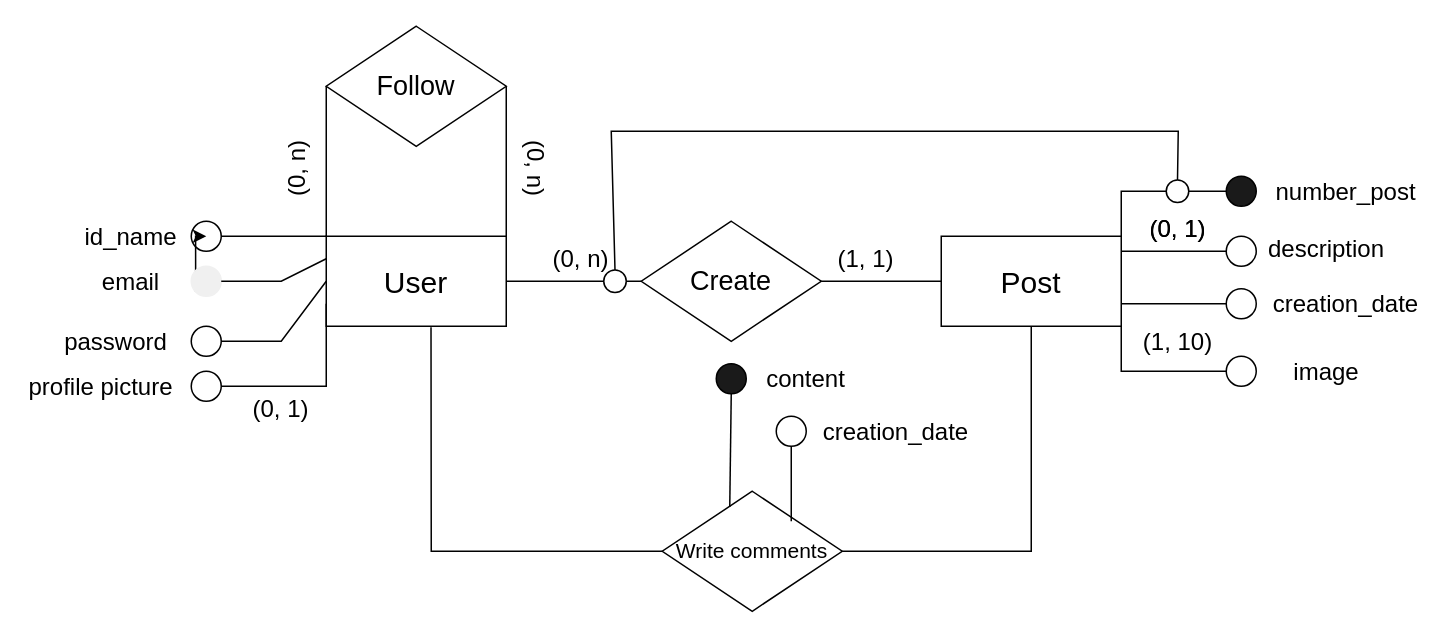
Before: Ejercicio 6:Red social.drawio in BalamLibre/Ejercicios, a draw.io diagram. Source tidied: cells renumbered, new cells numbered last; positions are measured from the earlier drawing's top-left corner, leaving out a move shared by most shapes. Both pictures are drawn from the tidied source at 150%, with x=0, y=0 at pixel (26, 26).
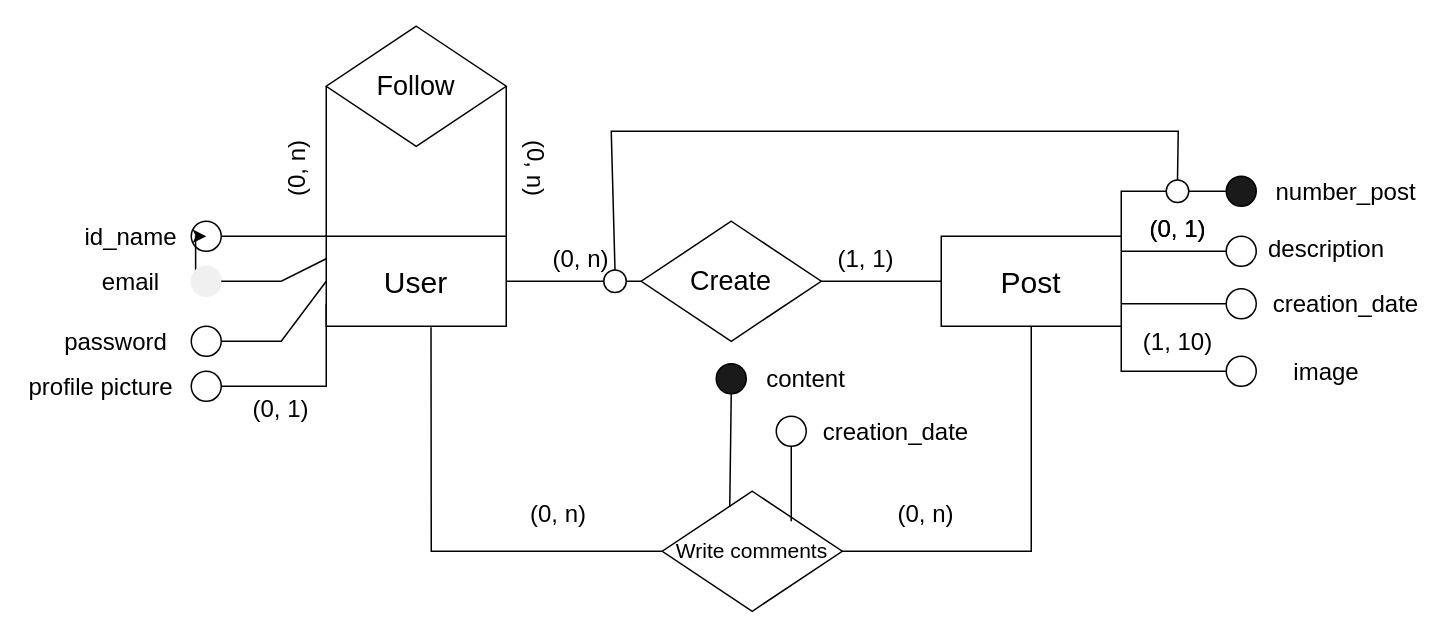
The same page after the edit.

Change to the diagram source:
```diff
@@
+    <mxCell id="58" value="&lt;font style=&quot;font-size: 16px;&quot;&gt;(0, n)&lt;/font&gt;" style="text;html=1;strokeColor=none;fillColor=none;align=center;verticalAlign=middle;whiteSpace=wrap;rounded=0;" parent="1" vertex="1">
+      <mxGeometry x="325" y="310" width="60" height="30" as="geometry" />
+    </mxCell>
+    <mxCell id="59" value="&lt;font style=&quot;font-size: 16px;&quot;&gt;(0, n)&lt;/font&gt;" style="text;html=1;strokeColor=none;fillColor=none;align=center;verticalAlign=middle;whiteSpace=wrap;rounded=0;" parent="1" vertex="1">
+      <mxGeometry x="570" y="310" width="60" height="30" as="geometry" />
+    </mxCell>
```
